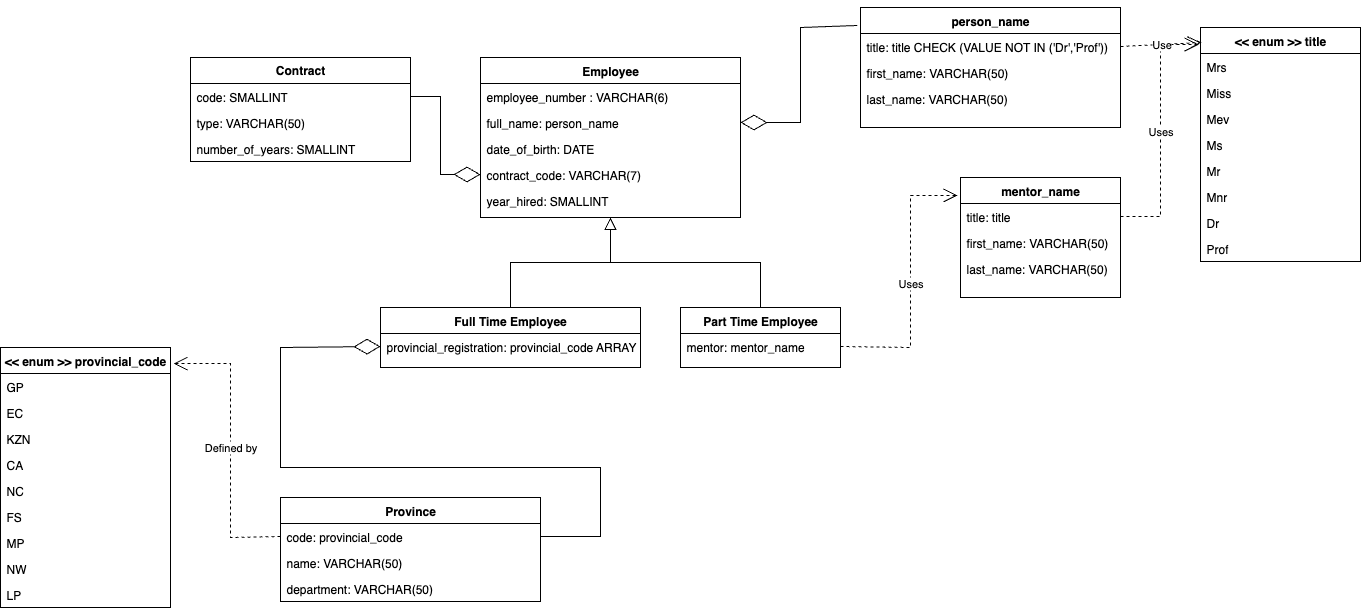
Above: practical_3/COS326.drawio.png in hayley-d/database-module (draw.io), before the change. Source tidied: cells renumbered, new cells last; positions are measured from the earlier drawing's top-left corner, leaving out a move shared by most shapes.
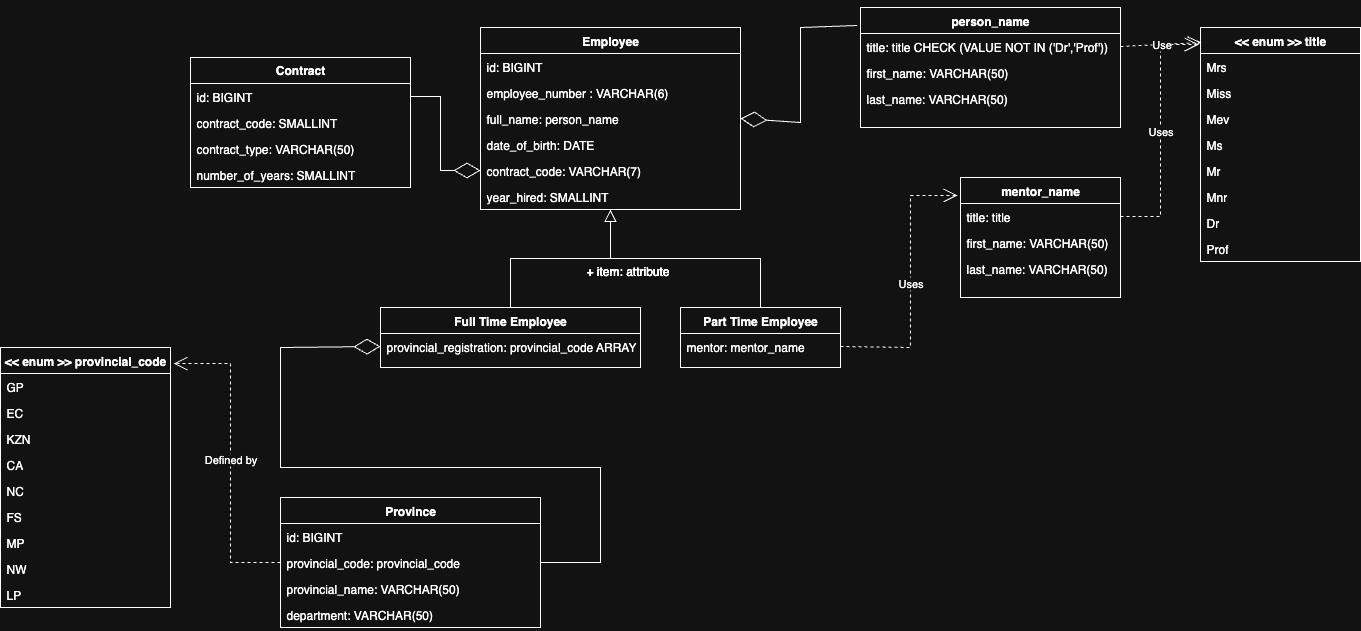
Later version of the same file.

Change to the diagram source:
```diff
@@ -1,44 +1,47 @@
 <mxGraphModel>
   <root>
-    <mxCell id="0" />
-    <mxCell id="1" parent="0" />
+    <mxCell id="56" />
+    <mxCell id="57" parent="56" />
-    <mxCell id="2" value="Employee" style="swimlane;fontStyle=1;align=center;verticalAlign=top;horizontal=1;startSize=26;rounded=0;shadow=0;strokeWidth=1;" parent="1" vertex="1">
-      <mxGeometry x="480" y="50" width="260" height="160" as="geometry" />
+    <mxCell id="2" value="Employee" style="swimlane;fontStyle=1;align=center;verticalAlign=top;horizontal=1;startSize=26;rounded=0;shadow=0;strokeWidth=1;" parent="57" vertex="1">
+      <mxGeometry x="480" y="20" width="260" height="182" as="geometry" />
     </mxCell>
+    <mxCell id="58" value="id: BIGINT" style="text;strokeColor=none;fillColor=none;align=left;verticalAlign=top;spacingLeft=4;spacingRight=4;overflow=hidden;whiteSpace=wrap;html=1;" parent="2" vertex="1">
+      <mxGeometry y="26" width="260" height="26" as="geometry" />
+    </mxCell>
     <mxCell id="3" value="employee_number : VARCHAR(6)" style="text;strokeColor=none;fillColor=none;align=left;verticalAlign=top;spacingLeft=4;spacingRight=4;overflow=hidden;whiteSpace=wrap;html=1;" parent="2" vertex="1">
-      <mxGeometry y="26" width="260" height="26" as="geometry" />
+      <mxGeometry y="52" width="260" height="26" as="geometry" />
     </mxCell>
     <mxCell id="4" value="full_name: person_name" style="text;align=left;verticalAlign=top;spacingLeft=4;spacingRight=4;overflow=hidden;points=[[0,0.5],[1,0.5]];portConstraint=eastwest;" parent="2" vertex="1">
-      <mxGeometry y="52" width="260" height="26" as="geometry" />
+      <mxGeometry y="78" width="260" height="26" as="geometry" />
     </mxCell>
     <mxCell id="5" value="date_of_birth: DATE" style="text;align=left;verticalAlign=top;spacingLeft=4;spacingRight=4;overflow=hidden;rounded=0;shadow=0;html=0;" parent="2" vertex="1">
-      <mxGeometry y="78" width="260" height="26" as="geometry" />
+      <mxGeometry y="104" width="260" height="26" as="geometry" />
     </mxCell>
     <mxCell id="6" value="contract_code: VARCHAR(7)" style="text;align=left;verticalAlign=top;spacingLeft=4;spacingRight=4;overflow=hidden;points=[[0,0.5],[1,0.5]];portConstraint=eastwest;rounded=0;shadow=0;html=0;" parent="2" vertex="1">
-      <mxGeometry y="104" width="260" height="26" as="geometry" />
+      <mxGeometry y="130" width="260" height="26" as="geometry" />
     </mxCell>
     <mxCell id="7" value="year_hired: SMALLINT" style="text;strokeColor=none;fillColor=none;align=left;verticalAlign=top;spacingLeft=4;spacingRight=4;overflow=hidden;whiteSpace=wrap;html=1;" parent="2" vertex="1">
-      <mxGeometry y="130" width="260" height="26" as="geometry" />
+      <mxGeometry y="156" width="260" height="26" as="geometry" />
     </mxCell>
-    <mxCell id="8" value="Full Time Employee" style="swimlane;fontStyle=1;align=center;verticalAlign=top;horizontal=1;startSize=26;rounded=0;shadow=0;strokeWidth=1;" parent="1" vertex="1">
+    <mxCell id="8" value="Full Time Employee" style="swimlane;fontStyle=1;align=center;verticalAlign=top;horizontal=1;startSize=26;rounded=0;shadow=0;strokeWidth=1;" parent="57" vertex="1">
       <mxGeometry x="380" y="300" width="260" height="60" as="geometry" />
     </mxCell>
     <mxCell id="9" value="provincial_registration: provincial_code ARRAY" style="text;align=left;verticalAlign=top;spacingLeft=4;spacingRight=4;overflow=hidden;points=[[0,0.5],[1,0.5]];portConstraint=eastwest;rounded=0;shadow=0;html=0;" parent="8" vertex="1">
       <mxGeometry y="26" width="260" height="26" as="geometry" />
     </mxCell>
-    <mxCell id="10" style="endArrow=block;endSize=10;endFill=0;shadow=0;strokeWidth=1;rounded=0;curved=0;edgeStyle=elbowEdgeStyle;elbow=vertical;" parent="1" edge="1" source="8" target="2">
+    <mxCell id="10" style="endArrow=block;endSize=10;endFill=0;shadow=0;strokeWidth=1;rounded=0;curved=0;edgeStyle=elbowEdgeStyle;elbow=vertical;" parent="57" edge="1" source="8" target="2">
       <mxGeometry relative="1" as="geometry" />
     </mxCell>
-    <mxCell id="11" value="Part Time Employee" style="swimlane;fontStyle=1;align=center;verticalAlign=top;horizontal=1;startSize=26;rounded=0;shadow=0;strokeWidth=1;" parent="1" vertex="1">
+    <mxCell id="11" value="Part Time Employee" style="swimlane;fontStyle=1;align=center;verticalAlign=top;horizontal=1;startSize=26;rounded=0;shadow=0;strokeWidth=1;" parent="57" vertex="1">
       <mxGeometry x="680" y="300" width="160" height="60" as="geometry" />
     </mxCell>
     <mxCell id="12" value="mentor: mentor_name" style="text;strokeColor=none;fillColor=none;align=left;verticalAlign=top;spacingLeft=4;spacingRight=4;overflow=hidden;whiteSpace=wrap;html=1;" parent="11" vertex="1">
       <mxGeometry y="26" width="160" height="26" as="geometry" />
     </mxCell>
-    <mxCell id="13" style="endArrow=block;endSize=10;endFill=0;shadow=0;strokeWidth=1;rounded=0;curved=0;edgeStyle=elbowEdgeStyle;elbow=vertical;" parent="1" edge="1" source="11" target="2">
+    <mxCell id="13" style="endArrow=block;endSize=10;endFill=0;shadow=0;strokeWidth=1;rounded=0;curved=0;edgeStyle=elbowEdgeStyle;elbow=vertical;" parent="57" edge="1" source="11" target="2">
       <mxGeometry relative="1" as="geometry" />
     </mxCell>
-    <mxCell id="14" value="mentor_name" style="swimlane;fontStyle=1;align=center;verticalAlign=top;horizontal=1;startSize=26;rounded=0;shadow=0;strokeWidth=1;" parent="1" vertex="1">
+    <mxCell id="14" value="mentor_name" style="swimlane;fontStyle=1;align=center;verticalAlign=top;horizontal=1;startSize=26;rounded=0;shadow=0;strokeWidth=1;" parent="57" vertex="1">
       <mxGeometry x="960" y="170" width="160" height="120" as="geometry" />
     </mxCell>
     <mxCell id="15" value="title: title" style="text;align=left;verticalAlign=top;spacingLeft=4;spacingRight=4;overflow=hidden;points=[[0,0.5],[1,0.5]];portConstraint=eastwest;" parent="14" vertex="1">
@@ -50,7 +53,7 @@
     <mxCell id="17" value="last_name: VARCHAR(50)" style="text;align=left;verticalAlign=top;spacingLeft=4;spacingRight=4;overflow=hidden;rounded=0;shadow=0;html=0;" parent="14" vertex="1">
       <mxGeometry y="78" width="160" height="26" as="geometry" />
     </mxCell>
-    <mxCell id="18" value="person_name" style="swimlane;fontStyle=1;align=center;verticalAlign=top;horizontal=1;startSize=26;rounded=0;shadow=0;strokeWidth=1;" parent="1" vertex="1">
+    <mxCell id="18" value="person_name" style="swimlane;fontStyle=1;align=center;verticalAlign=top;horizontal=1;startSize=26;rounded=0;shadow=0;strokeWidth=1;" parent="57" vertex="1">
       <mxGeometry x="860" width="260" height="120" as="geometry" />
     </mxCell>
     <mxCell id="19" value="title: title CHECK (VALUE NOT IN ('Dr','Prof'))" style="text;align=left;verticalAlign=top;spacingLeft=4;spacingRight=4;overflow=hidden;points=[[0,0.5],[1,0.5]];portConstraint=eastwest;" parent="18" vertex="1">
@@ -62,7 +65,7 @@
     <mxCell id="21" value="last_name: VARCHAR(50)" style="text;align=left;verticalAlign=top;spacingLeft=4;spacingRight=4;overflow=hidden;rounded=0;shadow=0;html=0;" parent="18" vertex="1">
       <mxGeometry y="78" width="260" height="26" as="geometry" />
     </mxCell>
-    <mxCell id="22" value="&lt;&lt; enum &gt;&gt; title" style="swimlane;fontStyle=1;align=center;verticalAlign=top;horizontal=1;startSize=26;rounded=0;shadow=0;strokeWidth=1;" parent="1" vertex="1">
+    <mxCell id="22" value="&lt;&lt; enum &gt;&gt; title" style="swimlane;fontStyle=1;align=center;verticalAlign=top;horizontal=1;startSize=26;rounded=0;shadow=0;strokeWidth=1;" parent="57" vertex="1">
       <mxGeometry x="1200" y="20" width="160" height="234" as="geometry" />
     </mxCell>
     <mxCell id="23" value="Mrs" style="text;align=left;verticalAlign=top;spacingLeft=4;spacingRight=4;overflow=hidden;" parent="22" vertex="1">
@@ -89,19 +92,22 @@
     <mxCell id="30" value="Prof" style="text;strokeColor=none;fillColor=none;align=left;verticalAlign=top;spacingLeft=4;spacingRight=4;overflow=hidden;whiteSpace=wrap;html=1;" parent="22" vertex="1">
       <mxGeometry y="208" width="160" height="26" as="geometry" />
     </mxCell>
-    <mxCell id="31" value="Contract" style="swimlane;fontStyle=1;horizontal=1;startSize=26;fillColor=none;whiteSpace=wrap;html=1;" parent="1" vertex="1">
-      <mxGeometry x="190" y="50" width="220" height="104" as="geometry" />
+    <mxCell id="31" value="Contract" style="swimlane;fontStyle=1;horizontal=1;startSize=26;fillColor=none;whiteSpace=wrap;html=1;" parent="57" vertex="1">
+      <mxGeometry x="190" y="50" width="220" height="130" as="geometry" />
     </mxCell>
-    <mxCell id="32" value="code: SMALLINT" style="text;strokeColor=none;fillColor=none;align=left;verticalAlign=top;spacingLeft=4;spacingRight=4;overflow=hidden;whiteSpace=wrap;html=1;" parent="31" vertex="1">
-      <mxGeometry y="26" width="220" height="26" as="geometry" />
-    </mxCell>
-    <mxCell id="33" value="type: VARCHAR(50)" style="text;strokeColor=none;fillColor=none;align=left;verticalAlign=top;spacingLeft=4;spacingRight=4;overflow=hidden;whiteSpace=wrap;html=1;" parent="31" vertex="1">
-      <mxGeometry y="52" width="220" height="26" as="geometry" />
-    </mxCell>
+    <mxCell id="59" value="id: BIGINT" style="text;strokeColor=none;fillColor=none;align=left;verticalAlign=top;spacingLeft=4;spacingRight=4;overflow=hidden;whiteSpace=wrap;html=1;" parent="31" vertex="1">
+      <mxGeometry y="26" width="220" height="26" as="geometry" />
+    </mxCell>
+    <mxCell id="60" value="contract_code: SMALLINT" style="text;strokeColor=none;fillColor=none;align=left;verticalAlign=top;spacingLeft=4;spacingRight=4;overflow=hidden;whiteSpace=wrap;html=1;" parent="31" vertex="1">
+      <mxGeometry y="52" width="220" height="26" as="geometry" />
+    </mxCell>
+    <mxCell id="61" value="contract_type: VARCHAR(50)" style="text;strokeColor=none;fillColor=none;align=left;verticalAlign=top;spacingLeft=4;spacingRight=4;overflow=hidden;whiteSpace=wrap;html=1;" parent="31" vertex="1">
+      <mxGeometry y="78" width="220" height="26" as="geometry" />
+    </mxCell>
     <mxCell id="34" value="number_of_years: SMALLINT" style="text;strokeColor=none;fillColor=none;align=left;verticalAlign=top;spacingLeft=4;spacingRight=4;overflow=hidden;whiteSpace=wrap;html=1;" parent="31" vertex="1">
-      <mxGeometry y="78" width="220" height="26" as="geometry" />
+      <mxGeometry y="104" width="220" height="26" as="geometry" />
     </mxCell>
-    <mxCell id="35" value="&lt;&lt; enum &gt;&gt; provincial_code" style="swimlane;fontStyle=1;align=center;verticalAlign=top;horizontal=1;startSize=26;rounded=0;shadow=0;strokeWidth=1;" parent="1" vertex="1">
+    <mxCell id="35" value="&lt;&lt; enum &gt;&gt; provincial_code" style="swimlane;fontStyle=1;align=center;verticalAlign=top;horizontal=1;startSize=26;rounded=0;shadow=0;strokeWidth=1;" parent="57" vertex="1">
       <mxGeometry y="340" width="170" height="260" as="geometry" />
     </mxCell>
     <mxCell id="36" value="GP" style="text;align=left;verticalAlign=top;spacingLeft=4;spacingRight=4;overflow=hidden;" parent="35" vertex="1">
@@ -131,7 +137,7 @@
     <mxCell id="44" value="LP" style="text;strokeColor=none;fillColor=none;align=left;verticalAlign=top;spacingLeft=4;spacingRight=4;overflow=hidden;whiteSpace=wrap;html=1;" parent="35" vertex="1">
       <mxGeometry y="234" width="170" height="26" as="geometry" />
     </mxCell>
-    <mxCell id="45" style="endArrow=diamondThin;endFill=0;endSize=24;html=1;rounded=0;entryX=1;entryY=0.5;entryDx=0;entryDy=0;exitX=-0.012;exitY=0.15;exitDx=0;exitDy=0;exitPerimeter=0;" parent="1" edge="1" source="18" target="4">
+    <mxCell id="45" style="endArrow=diamondThin;endFill=0;endSize=24;html=1;rounded=0;entryX=1;entryY=0.5;entryDx=0;entryDy=0;exitX=-0.012;exitY=0.15;exitDx=0;exitDy=0;exitPerimeter=0;" parent="57" edge="1" source="18" target="4">
       <mxGeometry relative="1" as="geometry">
         <Array as="points">
           <mxPoint x="800" y="20" />
@@ -139,7 +145,7 @@
         </Array>
       </mxGeometry>
     </mxCell>
-    <mxCell id="46" value="Uses" style="endArrow=open;endSize=12;dashed=1;html=1;rounded=0;exitX=1;exitY=0.5;exitDx=0;exitDy=0;entryX=-0.019;entryY=0.15;entryDx=0;entryDy=0;entryPerimeter=0;" parent="1" edge="1" target="14">
+    <mxCell id="46" value="Uses" style="endArrow=open;endSize=12;dashed=1;html=1;rounded=0;exitX=1;exitY=0.5;exitDx=0;exitDy=0;entryX=-0.019;entryY=0.15;entryDx=0;entryDy=0;entryPerimeter=0;" parent="57" edge="1" target="14">
       <mxGeometry relative="1" as="geometry">
         <mxPoint x="840" y="339" as="sourcePoint" />
         <Array as="points">
@@ -148,37 +154,40 @@
         </Array>
       </mxGeometry>
     </mxCell>
-    <mxCell id="47" value="Province" style="swimlane;fontStyle=1;align=center;verticalAlign=top;horizontal=1;startSize=26;rounded=0;shadow=0;strokeWidth=1;" parent="1" vertex="1">
-      <mxGeometry x="280" y="490" width="260" height="104" as="geometry" />
+    <mxCell id="47" value="Province" style="swimlane;fontStyle=1;align=center;verticalAlign=top;horizontal=1;startSize=26;rounded=0;shadow=0;strokeWidth=1;" parent="57" vertex="1">
+      <mxGeometry x="280" y="490" width="260" height="130" as="geometry" />
     </mxCell>
-    <mxCell id="48" value="code: provincial_code" style="text;align=left;verticalAlign=top;spacingLeft=4;spacingRight=4;overflow=hidden;points=[[0,0.5],[1,0.5]];portConstraint=eastwest;" parent="47" vertex="1">
-      <mxGeometry y="26" width="260" height="26" as="geometry" />
-    </mxCell>
-    <mxCell id="49" value="name: VARCHAR(50)" style="text;align=left;verticalAlign=top;spacingLeft=4;spacingRight=4;overflow=hidden;rounded=0;shadow=0;html=0;" parent="47" vertex="1">
-      <mxGeometry y="52" width="260" height="26" as="geometry" />
-    </mxCell>
+    <mxCell id="62" value="id: BIGINT" style="text;strokeColor=none;fillColor=none;align=left;verticalAlign=top;spacingLeft=4;spacingRight=4;overflow=hidden;whiteSpace=wrap;html=1;" parent="47" vertex="1">
+      <mxGeometry y="26" width="260" height="26" as="geometry" />
+    </mxCell>
+    <mxCell id="63" value="provincial_code: provincial_code" style="text;align=left;verticalAlign=top;spacingLeft=4;spacingRight=4;overflow=hidden;points=[[0,0.5],[1,0.5]];portConstraint=eastwest;" parent="47" vertex="1">
+      <mxGeometry y="52" width="260" height="26" as="geometry" />
+    </mxCell>
+    <mxCell id="64" value="provincial_name: VARCHAR(50)" style="text;align=left;verticalAlign=top;spacingLeft=4;spacingRight=4;overflow=hidden;rounded=0;shadow=0;html=0;" parent="47" vertex="1">
+      <mxGeometry y="78" width="260" height="26" as="geometry" />
+    </mxCell>
     <mxCell id="50" value="department: VARCHAR(50)" style="text;strokeColor=none;fillColor=none;align=left;verticalAlign=top;spacingLeft=4;spacingRight=4;overflow=hidden;whiteSpace=wrap;html=1;" parent="47" vertex="1">
-      <mxGeometry y="78" width="260" height="26" as="geometry" />
+      <mxGeometry y="104" width="260" height="26" as="geometry" />
     </mxCell>
-    <mxCell id="51" style="endArrow=diamondThin;endFill=0;endSize=24;html=1;rounded=0;entryX=0;entryY=0.5;entryDx=0;entryDy=0;exitX=1;exitY=0.5;exitDx=0;exitDy=0;" parent="1" edge="1" source="48" target="9">
-      <mxGeometry relative="1" as="geometry">
-        <Array as="points">
-          <mxPoint x="600" y="529" />
-          <mxPoint x="600" y="460" />
-          <mxPoint x="280" y="460" />
-          <mxPoint x="280" y="340" />
-        </Array>
-      </mxGeometry>
-    </mxCell>
+    <mxCell id="65" style="endArrow=diamondThin;endFill=0;endSize=24;html=1;rounded=0;entryX=0;entryY=0.5;entryDx=0;entryDy=0;exitX=1;exitY=0.5;exitDx=0;exitDy=0;" parent="57" edge="1" source="63" target="9">
+      <mxGeometry relative="1" as="geometry">
+        <Array as="points">
+          <mxPoint x="600" y="555" />
+          <mxPoint x="600" y="460" />
+          <mxPoint x="280" y="460" />
+          <mxPoint x="280" y="340" />
+        </Array>
+      </mxGeometry>
+    </mxCell>
-    <mxCell id="52" value="Defined by" style="endArrow=open;endSize=12;dashed=1;html=1;rounded=0;entryX=1.018;entryY=0.062;entryDx=0;entryDy=0;entryPerimeter=0;exitX=0;exitY=0.5;exitDx=0;exitDy=0;" parent="1" edge="1" source="48" target="35">
+    <mxCell id="52" value="Defined by" style="endArrow=open;endSize=12;dashed=1;html=1;rounded=0;entryX=1.018;entryY=0.062;entryDx=0;entryDy=0;entryPerimeter=0;exitX=0;exitY=0.5;exitDx=0;exitDy=0;" parent="57" edge="1" source="63" target="35">
       <mxGeometry relative="1" as="geometry">
         <Array as="points">
-          <mxPoint x="230" y="530" />
+          <mxPoint x="230" y="555" />
           <mxPoint x="230" y="356" />
         </Array>
       </mxGeometry>
     </mxCell>
-    <mxCell id="53" value="Uses" style="endArrow=open;endSize=12;dashed=1;html=1;rounded=0;entryX=-0.012;entryY=0.073;entryDx=0;entryDy=0;entryPerimeter=0;exitX=1;exitY=0.5;exitDx=0;exitDy=0;" parent="1" edge="1" source="15" target="22">
+    <mxCell id="53" value="Uses" style="endArrow=open;endSize=12;dashed=1;html=1;rounded=0;entryX=-0.012;entryY=0.073;entryDx=0;entryDy=0;entryPerimeter=0;exitX=1;exitY=0.5;exitDx=0;exitDy=0;" parent="57" edge="1" source="15" target="22">
       <mxGeometry relative="1" as="geometry">
         <Array as="points">
           <mxPoint x="1160" y="209" />
@@ -186,17 +195,23 @@
         </Array>
       </mxGeometry>
     </mxCell>
-    <mxCell id="54" value="Use" style="endArrow=open;endSize=12;dashed=1;html=1;rounded=0;exitX=1;exitY=0.5;exitDx=0;exitDy=0;entryX=0.006;entryY=0.064;entryDx=0;entryDy=0;entryPerimeter=0;" parent="1" edge="1" source="19" target="22">
+    <mxCell id="54" value="Use" style="endArrow=open;endSize=12;dashed=1;html=1;rounded=0;exitX=1;exitY=0.5;exitDx=0;exitDy=0;entryX=0.006;entryY=0.064;entryDx=0;entryDy=0;entryPerimeter=0;" parent="57" edge="1" source="19" target="22">
       <mxGeometry relative="1" as="geometry" />
     </mxCell>
-    <mxCell id="55" style="endArrow=diamondThin;endFill=0;endSize=24;html=1;rounded=0;entryX=0;entryY=0.5;entryDx=0;entryDy=0;" parent="1" edge="1" target="6">
-      <mxGeometry relative="1" as="geometry">
-        <mxPoint x="410" y="89" as="sourcePoint" />
-        <Array as="points">
-          <mxPoint x="440" y="89" />
-          <mxPoint x="440" y="167" />
-        </Array>
-      </mxGeometry>
-    </mxCell>
+    <mxCell id="66" style="endArrow=diamondThin;endFill=0;endSize=24;html=1;rounded=0;entryX=0;entryY=0.5;entryDx=0;entryDy=0;" parent="57" edge="1" target="6">
+      <mxGeometry relative="1" as="geometry">
+        <mxPoint x="410" y="89" as="sourcePoint" />
+        <Array as="points">
+          <mxPoint x="440" y="89" />
+          <mxPoint x="440" y="163" />
+        </Array>
+      </mxGeometry>
+    </mxCell>
+    <mxCell id="67" value="+ item: attribute" style="text;strokeColor=none;fillColor=none;align=left;verticalAlign=top;spacingLeft=4;spacingRight=4;overflow=hidden;whiteSpace=wrap;html=1;" parent="57" vertex="1">
+      <mxGeometry x="580" y="250" width="100" height="26" as="geometry" />
+    </mxCell>
+    <mxCell id="68" value="+ item: attribute" style="text;strokeColor=none;fillColor=none;align=left;verticalAlign=top;spacingLeft=4;spacingRight=4;overflow=hidden;whiteSpace=wrap;html=1;" parent="57" vertex="1">
+      <mxGeometry x="580" y="250" width="100" height="26" as="geometry" />
+    </mxCell>
   </root>
 </mxGraphModel>
```
